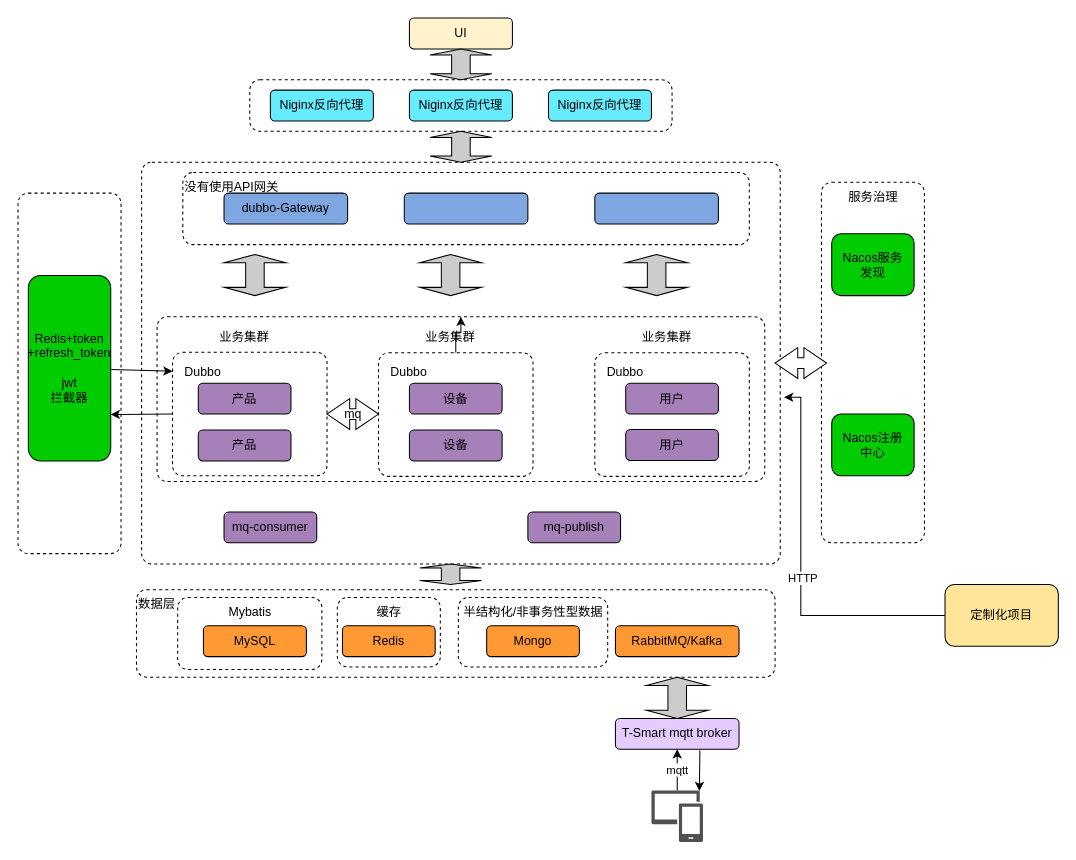
The draw.io diagram page "云平台架构" (3 of 4) of smqtt.drawio in airdive/drawio, before the edit. Source tidied: cells renumbered, new cells numbered last; positions are measured from the earlier drawing's top-left corner, leaving out a move shared by most shapes. Both pictures are drawn from the tidied source at 103%, with x=0, y=0 at pixel (18, 18).
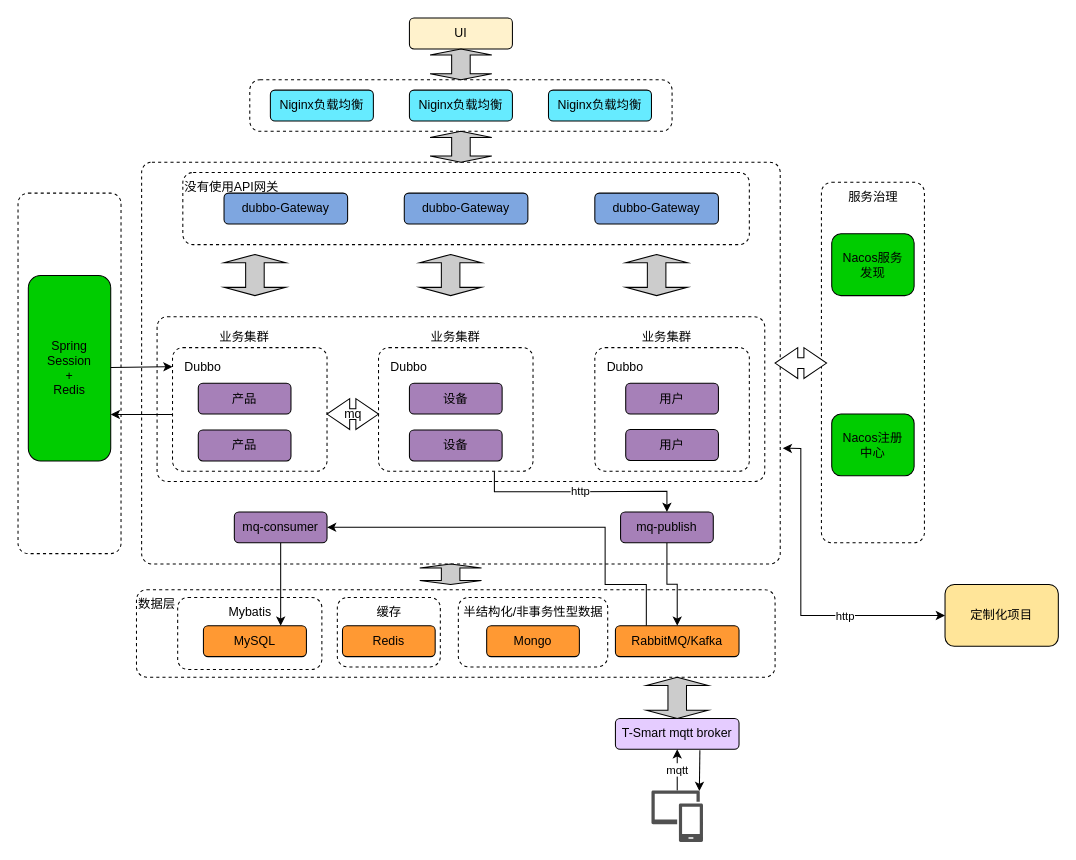
The same page after the edit.

The change refers to these unchanged cells:
```xml
<mxCell id="7" style="html=1;align=center;verticalAlign=top;rounded=1;absoluteArcSize=1;arcSize=20;dashed=1;fillColor=#FFFFFF;" parent="1" vertex="1">
  <mxGeometry x="120" y="140" width="620" height="390" as="geometry" />
</mxCell>
<mxCell id="9" style="html=1;align=center;verticalAlign=top;rounded=1;absoluteArcSize=1;arcSize=20;dashed=1;fillColor=#FFFFFF;" parent="1" vertex="1">
  <mxGeometry x="135" y="290" width="590" height="160" as="geometry" />
</mxCell>
<mxCell id="39" value="MySQL" style="rounded=1;whiteSpace=wrap;html=1;fillColor=#FF9933;" parent="1" vertex="1">
  <mxGeometry x="180" y="590" width="100" height="30" as="geometry" />
</mxCell>
<mxCell id="40" value="RabbitMQ/Kafka" style="rounded=1;whiteSpace=wrap;html=1;fillColor=#FF9933;" parent="1" vertex="1">
  <mxGeometry x="580" y="590" width="120" height="30" as="geometry" />
</mxCell>
<mxCell id="57" value="定制化项目" style="rounded=1;whiteSpace=wrap;html=1;fillColor=#FFE599;" parent="1" vertex="1">
  <mxGeometry x="900" y="550" width="110" height="60" as="geometry" />
</mxCell>
```

What changed in the source:
```diff
@@
-    <mxCell id="10" style="edgeStyle=none;rounded=0;jettySize=auto;html=1;entryX=1;entryY=0.75;entryDx=0;entryDy=0;exitX=0;exitY=0.5;exitDx=0;exitDy=0;" parent="1" edge="1" source="11" target="52">
-      <mxGeometry relative="1" as="geometry" />
+    <mxCell id="10" style="edgeStyle=none;rounded=0;jettySize=auto;html=1;entryX=1;entryY=0.75;entryDx=0;entryDy=0;" parent="1" edge="1" target="52">
+      <mxGeometry relative="1" as="geometry">
+        <mxPoint x="160" y="385" as="sourcePoint" />
+      </mxGeometry>
     </mxCell>
     <mxCell id="11" value="Dubbo" style="dashed=1;rounded=1;absoluteArcSize=1;arcSize=20;html=1;verticalAlign=top;align=left;spacingTop=5;spacingLeft=10;" parent="1" vertex="1">
-      <mxGeometry x="150" y="324.5" width="150" height="120" as="geometry" />
+      <mxGeometry x="150" y="320" width="150" height="120" as="geometry" />
     </mxCell>
@@
-    <mxCell id="15" style="rounded=1;whiteSpace=wrap;html=1;fillColor=#7EA6E0;" parent="1" vertex="1">
+    <mxCell id="15" value="dubbo-Gateway" style="rounded=1;whiteSpace=wrap;html=1;fillColor=#7EA6E0;" parent="1" vertex="1">
       <mxGeometry x="375" y="170" width="120" height="30" as="geometry" />
     </mxCell>
-    <mxCell id="16" value="Niginx反向代理" style="rounded=1;whiteSpace=wrap;html=1;fillColor=#66EBFF;" parent="1" vertex="1">
+    <mxCell id="16" value="Niginx负载均衡" style="rounded=1;whiteSpace=wrap;html=1;fillColor=#66EBFF;" parent="1" vertex="1">
       <mxGeometry x="515" y="70" width="100" height="30" as="geometry" />
     </mxCell>
-    <mxCell id="17" value="Niginx反向代理" style="rounded=1;whiteSpace=wrap;html=1;fillColor=#66EBFF;" parent="1" vertex="1">
+    <mxCell id="17" value="Niginx负载均衡" style="rounded=1;whiteSpace=wrap;html=1;fillColor=#66EBFF;" parent="1" vertex="1">
       <mxGeometry x="245" y="70" width="100" height="30" as="geometry" />
     </mxCell>
-    <mxCell id="18" value="Niginx反向代理" style="rounded=1;whiteSpace=wrap;html=1;fillColor=#66EBFF;" parent="1" vertex="1">
+    <mxCell id="18" value="Niginx负载均衡" style="rounded=1;whiteSpace=wrap;html=1;fillColor=#66EBFF;" parent="1" vertex="1">
       <mxGeometry x="380" y="70" width="100" height="30" as="geometry" />
     </mxCell>
-    <mxCell id="19" style="rounded=1;whiteSpace=wrap;html=1;fillColor=#7EA6E0;" parent="1" vertex="1">
+    <mxCell id="19" value="dubbo-Gateway" style="rounded=1;whiteSpace=wrap;html=1;fillColor=#7EA6E0;" parent="1" vertex="1">
       <mxGeometry x="560" y="170" width="120" height="30" as="geometry" />
     </mxCell>
@@
-    <mxCell id="23" style="edgeStyle=orthogonalEdgeStyle;rounded=0;jettySize=auto;html=1;" parent="1" edge="1" source="24" target="9">
-      <mxGeometry relative="1" as="geometry" />
-    </mxCell>
+    <mxCell id="60" value="http" style="edgeStyle=orthogonalEdgeStyle;rounded=0;jettySize=auto;html=1;exitX=0.75;exitY=1;exitDx=0;exitDy=0;" parent="1" edge="1" source="24" target="59">
+      <mxGeometry relative="1" as="geometry" />
+    </mxCell>
     <mxCell id="24" value="Dubbo" style="dashed=1;rounded=1;absoluteArcSize=1;arcSize=20;html=1;verticalAlign=top;align=left;spacingTop=5;spacingLeft=10;" parent="1" vertex="1">
-      <mxGeometry x="350" y="325" width="150" height="120" as="geometry" />
+      <mxGeometry x="350" y="320" width="150" height="120" as="geometry" />
     </mxCell>
@@
-    <mxCell id="27" value="业务集群" style="text;html=1;strokeColor=none;fillColor=none;align=center;verticalAlign=middle;whiteSpace=wrap;rounded=0;" parent="1" vertex="1">
-      <mxGeometry x="390" y="300" width="60" height="20" as="geometry" />
-    </mxCell>
     <mxCell id="28" value="Dubbo" style="dashed=1;rounded=1;absoluteArcSize=1;arcSize=20;html=1;verticalAlign=top;align=left;spacingTop=5;spacingLeft=10;" parent="1" vertex="1">
-      <mxGeometry x="560" y="325" width="150" height="120" as="geometry" />
+      <mxGeometry x="560" y="320" width="150" height="120" as="geometry" />
     </mxCell>
@@
+    <mxCell id="61" style="edgeStyle=orthogonalEdgeStyle;rounded=0;jettySize=auto;html=1;exitX=0.25;exitY=0;exitDx=0;exitDy=0;entryX=1;entryY=0.5;entryDx=0;entryDy=0;" parent="1" edge="1" source="40" target="58">
+      <mxGeometry relative="1" as="geometry">
+        <Array as="points">
+          <mxPoint x="610" y="550" />
+          <mxPoint x="570" y="550" />
+          <mxPoint x="570" y="494" />
+        </Array>
+      </mxGeometry>
+    </mxCell>
@@
-    <mxCell id="52" value="&lt;div&gt;Redis+token&lt;/div&gt;&lt;div&gt;+refresh_token&lt;/div&gt;&lt;div&gt;&lt;br&gt;&lt;/div&gt;&lt;div&gt;jwt&lt;/div&gt;&lt;div&gt;拦截器&lt;br&gt;&lt;/div&gt;" style="rounded=1;whiteSpace=wrap;html=1;fillColor=#00CC00;" parent="1" vertex="1">
+    <mxCell id="52" value="Spring Session&lt;br&gt;&lt;div&gt;+&lt;/div&gt;&lt;div&gt;Redis&lt;br&gt;&lt;/div&gt;" style="rounded=1;whiteSpace=wrap;html=1;fillColor=#00CC00;" parent="1" vertex="1">
       <mxGeometry x="10" y="250" width="80" height="180" as="geometry" />
     </mxCell>
@@
-    <mxCell id="55" style="edgeStyle=orthogonalEdgeStyle;rounded=0;jettySize=auto;html=1;entryX=1.006;entryY=0.585;entryDx=0;entryDy=0;entryPerimeter=0;" parent="1" edge="1" source="57" target="7">
-      <mxGeometry relative="1" as="geometry">
-        <Array as="points">
-          <mxPoint x="760" y="580" />
-          <mxPoint x="760" y="368" />
-        </Array>
-      </mxGeometry>
-    </mxCell>
-    <mxCell id="56" value="HTTP" style="edgeLabel;html=1;align=center;verticalAlign=middle;" parent="55" vertex="1">
-      <mxGeometry x="-0.04" y="-1" relative="1" as="geometry" />
-    </mxCell>
@@
+    <mxCell id="62" style="edgeStyle=orthogonalEdgeStyle;rounded=0;jettySize=auto;html=1;exitX=0.5;exitY=1;exitDx=0;exitDy=0;entryX=0.75;entryY=0;entryDx=0;entryDy=0;" parent="1" edge="1" source="58" target="39">
+      <mxGeometry relative="1" as="geometry" />
+    </mxCell>
     <mxCell id="58" value="mq-consumer" style="rounded=1;whiteSpace=wrap;html=1;fillColor=#A680B8;" parent="1" vertex="1">
-      <mxGeometry x="200" y="479.5" width="90" height="30" as="geometry" />
+      <mxGeometry x="210" y="479.5" width="90" height="30" as="geometry" />
     </mxCell>
+    <mxCell id="63" style="edgeStyle=orthogonalEdgeStyle;rounded=0;jettySize=auto;html=1;" parent="1" edge="1" source="59" target="40">
+      <mxGeometry relative="1" as="geometry" />
+    </mxCell>
     <mxCell id="59" value="mq-publish" style="rounded=1;whiteSpace=wrap;html=1;fillColor=#A680B8;" parent="1" vertex="1">
-      <mxGeometry x="495" y="479.5" width="90" height="30" as="geometry" />
+      <mxGeometry x="585" y="479.5" width="90" height="30" as="geometry" />
     </mxCell>
+    <mxCell id="27" value="业务集群" style="text;html=1;strokeColor=none;fillColor=none;align=center;verticalAlign=middle;whiteSpace=wrap;rounded=0;" parent="1" vertex="1">
+      <mxGeometry x="395" y="300" width="60" height="20" as="geometry" />
+    </mxCell>
+    <mxCell id="64" style="endArrow=classic;startArrow=classic;html=1;rounded=0;exitX=1.004;exitY=0.712;exitDx=0;exitDy=0;exitPerimeter=0;entryX=0;entryY=0.5;entryDx=0;entryDy=0;" parent="1" edge="1" source="7" target="57">
+      <mxGeometry relative="1" as="geometry">
+        <Array as="points">
+          <mxPoint x="760" y="418" />
+          <mxPoint x="760" y="580" />
+        </Array>
+      </mxGeometry>
+    </mxCell>
+    <mxCell id="65" value="http" style="edgeLabel;html=1;align=center;verticalAlign=middle;" parent="64" vertex="1">
+      <mxGeometry x="0.39" relative="1" as="geometry" />
+    </mxCell>
```
